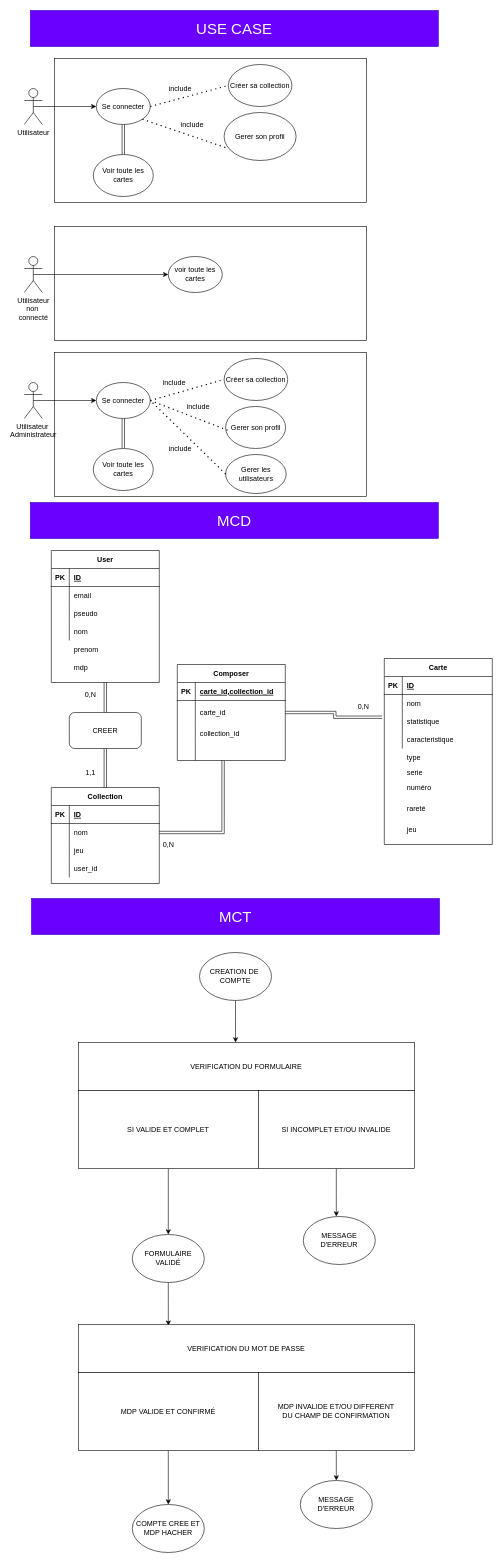
Above: concemption.drawio in GodofBaguette/CardStorm (draw.io), before the change. Source tidied: cells renumbered, new cells numbered last; positions are measured from the earlier drawing's top-left corner, leaving out a move shared by most shapes. Both pictures are drawn from the tidied source at 60%, with x=0, y=0 at pixel (24, 10).
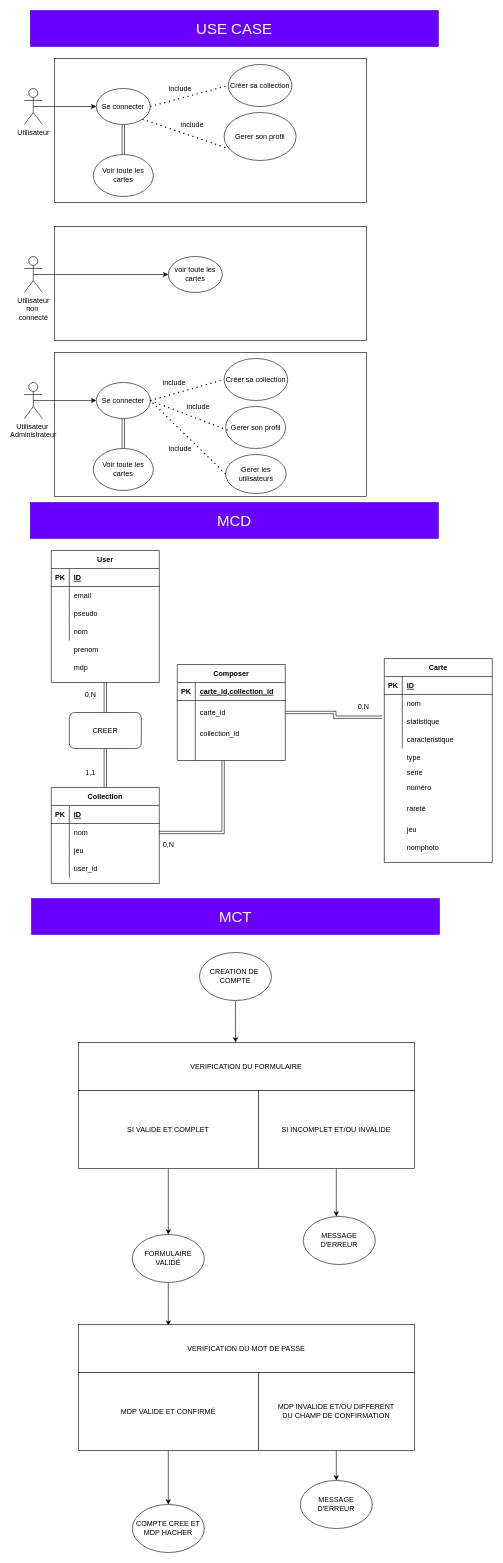
The same page after the edit.

Diff of the diagram source:
```diff
@@
     <mxCell id="24" value="Carte" style="shape=table;startSize=30;childLayout=tableLayout;rowLines=0;fontStyle=1;align=center;" parent="1" vertex="1">
-      <mxGeometry x="600" y="1080" width="180" height="310" as="geometry" />
+      <mxGeometry x="600" y="1080" width="180" height="340" as="geometry" />
     </mxCell>
@@
+    <mxCell id="121" value="nomphoto" style="shape=partialRectangle;fillColor=none;top=0;left=0;bottom=0;right=0;align=left;spacingLeft=6;overflow=hidden;" parent="1" vertex="1">
+      <mxGeometry x="630" y="1380" width="150" height="30" as="geometry" />
+    </mxCell>
```
